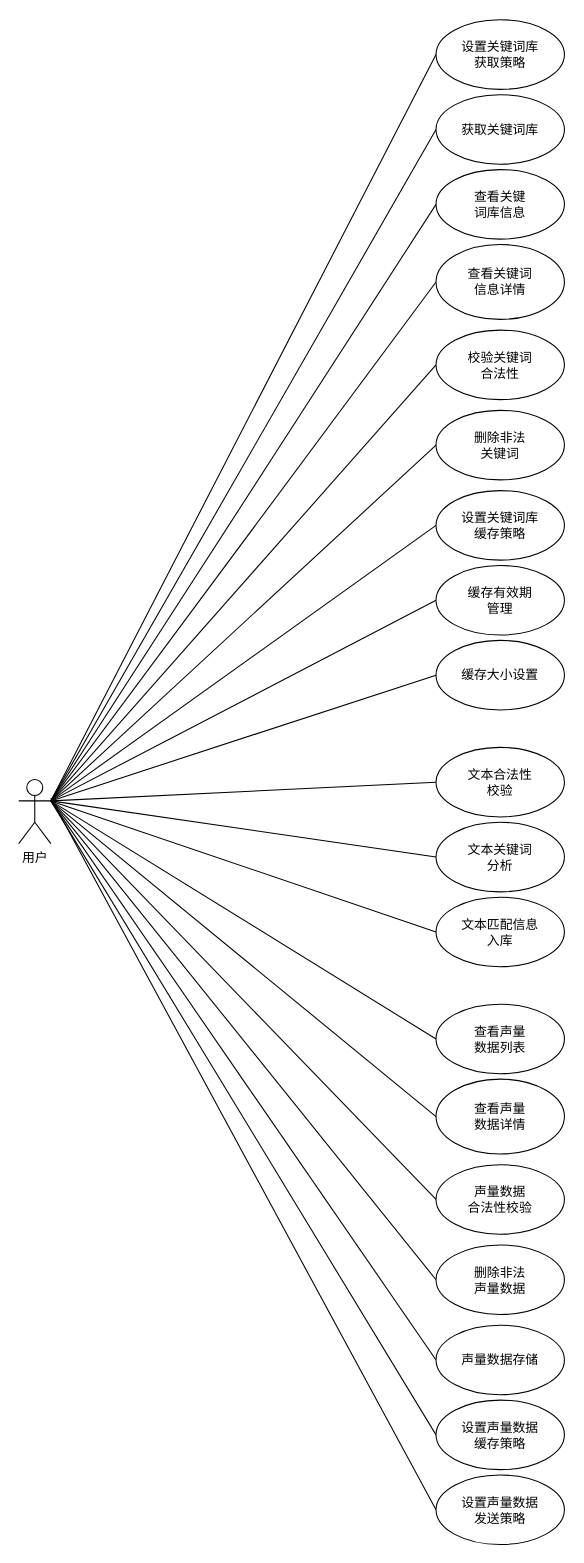
Above: page "Page-1" (1 of 2) of volume system.drawio in ikeyyang/uml (draw.io), before the change. Source tidied: cells renumbered, new cells numbered last; positions are measured from the earlier drawing's top-left corner, leaving out a move shared by most shapes. Both pictures are drawn from the tidied source at 107%, with x=0, y=0 at pixel (18, 19).
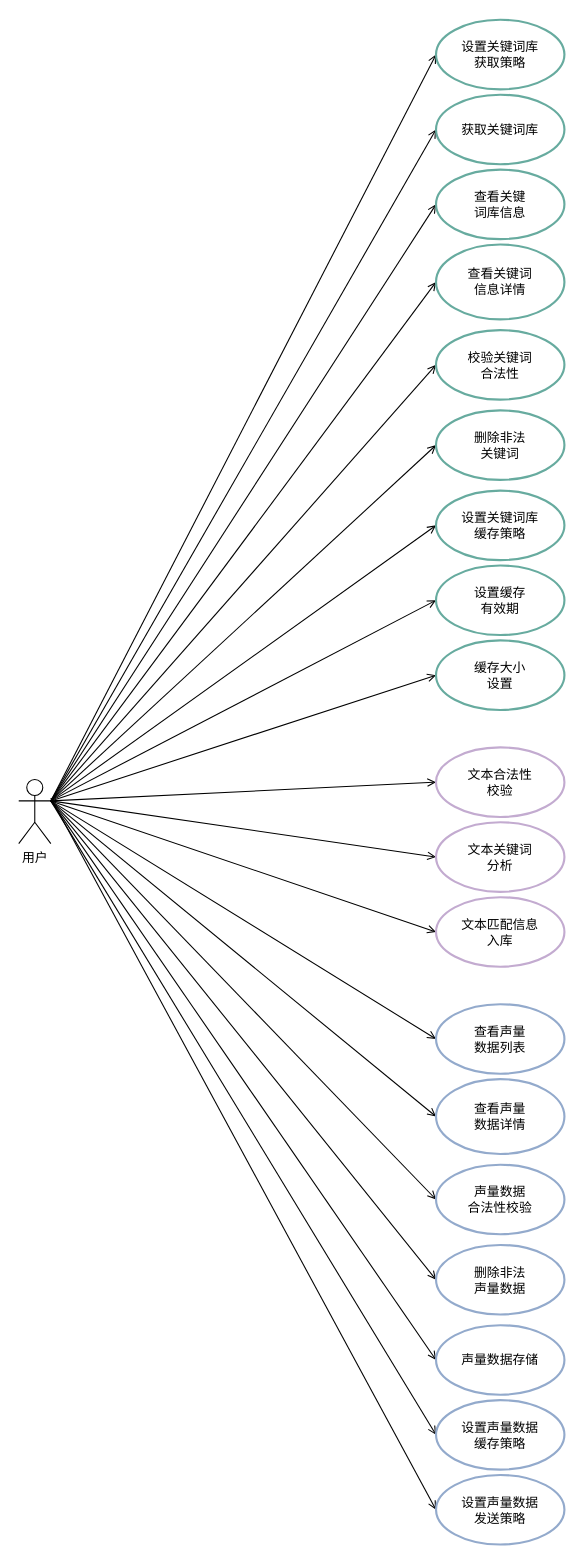
Above is the later version.

Unchanged cells that the change refers to:
```xml
<mxCell id="2" value="用户" style="shape=umlActor;verticalLabelPosition=bottom;labelBackgroundColor=#ffffff;verticalAlign=top;html=1;align=center;" parent="1" vertex="1">
  <mxGeometry y="710" width="30" height="60" as="geometry" />
</mxCell>
```

Diff of the diagram source:
```diff
@@
-    <mxCell id="3" style="edgeStyle=none;rounded=0;jettySize=auto;html=1;exitX=0;exitY=0.5;exitDx=0;exitDy=0;endArrow=none;endFill=0;" parent="1" edge="1" source="4">
+    <mxCell id="3" style="edgeStyle=none;rounded=0;jettySize=auto;html=1;exitX=0;exitY=0.5;exitDx=0;exitDy=0;endArrow=none;endFill=0;startArrow=open;startFill=0;strokeWidth=1;jumpStyle=none;" parent="1" edge="1" source="4">
       <mxGeometry relative="1" as="geometry">
         <mxPoint x="30" y="730" as="targetPoint" />
       </mxGeometry>
     </mxCell>
-    <mxCell id="4" value="校验关键词&lt;br&gt;合法性" style="ellipse;whiteSpace=wrap;html=1;align=center;" parent="1" vertex="1">
+    <mxCell id="4" value="校验关键词&lt;br&gt;合法性" style="ellipse;whiteSpace=wrap;html=1;align=center;strokeColor=#67AB9F;strokeWidth=2;" parent="1" vertex="1">
       <mxGeometry x="390" y="290" width="120" height="65" as="geometry" />
     </mxCell>
-    <mxCell id="5" style="edgeStyle=none;rounded=0;jettySize=auto;html=1;exitX=0;exitY=0.5;exitDx=0;exitDy=0;endArrow=none;endFill=0;" parent="1" edge="1" source="6">
+    <mxCell id="5" style="edgeStyle=none;rounded=0;jettySize=auto;html=1;exitX=0;exitY=0.5;exitDx=0;exitDy=0;endArrow=none;endFill=0;startArrow=open;startFill=0;strokeWidth=1;jumpStyle=none;" parent="1" edge="1" source="6">
       <mxGeometry relative="1" as="geometry">
         <mxPoint x="30" y="730" as="targetPoint" />
       </mxGeometry>
     </mxCell>
-    <mxCell id="6" value="设置关键词库&lt;br&gt;缓存策略" style="ellipse;whiteSpace=wrap;html=1;align=center;" parent="1" vertex="1">
+    <mxCell id="6" value="设置关键词库&lt;br&gt;缓存策略" style="ellipse;whiteSpace=wrap;html=1;align=center;strokeColor=#67AB9F;strokeWidth=2;" parent="1" vertex="1">
       <mxGeometry x="390" y="440" width="120" height="65" as="geometry" />
     </mxCell>
-    <mxCell id="7" style="edgeStyle=none;rounded=0;jettySize=auto;html=1;exitX=0;exitY=0.5;exitDx=0;exitDy=0;endArrow=none;endFill=0;" parent="1" edge="1" source="8">
+    <mxCell id="7" style="edgeStyle=none;rounded=0;jettySize=auto;html=1;exitX=0;exitY=0.5;exitDx=0;exitDy=0;endArrow=none;endFill=0;startArrow=open;startFill=0;strokeWidth=1;jumpStyle=none;" parent="1" edge="1" source="8">
       <mxGeometry relative="1" as="geometry">
         <mxPoint x="30" y="730" as="targetPoint" />
       </mxGeometry>
     </mxCell>
-    <mxCell id="8" value="缓存有效期&lt;br&gt;管理" style="ellipse;whiteSpace=wrap;html=1;align=center;" parent="1" vertex="1">
+    <mxCell id="8" value="设置缓存&lt;br&gt;有效期&lt;br&gt;" style="ellipse;whiteSpace=wrap;html=1;align=center;strokeColor=#67AB9F;strokeWidth=2;" parent="1" vertex="1">
       <mxGeometry x="390" y="510" width="120" height="65" as="geometry" />
     </mxCell>
-    <mxCell id="9" style="edgeStyle=none;rounded=0;jettySize=auto;html=1;exitX=0;exitY=0.5;exitDx=0;exitDy=0;endArrow=none;endFill=0;" parent="1" edge="1" source="10">
+    <mxCell id="9" style="edgeStyle=none;rounded=0;jettySize=auto;html=1;exitX=0;exitY=0.5;exitDx=0;exitDy=0;endArrow=none;endFill=0;startArrow=open;startFill=0;strokeWidth=1;jumpStyle=none;" parent="1" edge="1" source="10">
       <mxGeometry relative="1" as="geometry">
         <mxPoint x="30" y="730" as="targetPoint" />
       </mxGeometry>
     </mxCell>
-    <mxCell id="10" value="删除非法&lt;br&gt;关键词" style="ellipse;whiteSpace=wrap;html=1;align=center;" parent="1" vertex="1">
+    <mxCell id="10" value="删除非法&lt;br&gt;关键词" style="ellipse;whiteSpace=wrap;html=1;align=center;strokeColor=#67AB9F;strokeWidth=2;" parent="1" vertex="1">
       <mxGeometry x="390" y="365" width="120" height="65" as="geometry" />
     </mxCell>
-    <mxCell id="11" style="edgeStyle=none;rounded=0;jettySize=auto;html=1;exitX=0;exitY=0.5;exitDx=0;exitDy=0;entryX=1;entryY=0.3333333333333333;entryDx=0;entryDy=0;entryPerimeter=0;endArrow=none;endFill=0;" parent="1" edge="1" source="12" target="2">
+    <mxCell id="11" style="edgeStyle=none;rounded=0;jettySize=auto;html=1;exitX=0;exitY=0.5;exitDx=0;exitDy=0;entryX=1;entryY=0.3333333333333333;entryDx=0;entryDy=0;entryPerimeter=0;endArrow=none;endFill=0;startArrow=open;startFill=0;strokeWidth=1;jumpStyle=none;" parent="1" edge="1" source="12" target="2">
       <mxGeometry relative="1" as="geometry" />
     </mxCell>
-    <mxCell id="12" value="设置关键词库&lt;br&gt;获取策略" style="ellipse;whiteSpace=wrap;html=1;align=center;" parent="1" vertex="1">
+    <mxCell id="12" value="设置关键词库&lt;br&gt;获取策略" style="ellipse;whiteSpace=wrap;html=1;align=center;strokeColor=#67AB9F;strokeWidth=2;" parent="1" vertex="1">
       <mxGeometry x="390" width="120" height="65" as="geometry" />
     </mxCell>
-    <mxCell id="13" style="edgeStyle=none;rounded=0;jettySize=auto;html=1;exitX=0;exitY=0.5;exitDx=0;exitDy=0;entryX=1;entryY=0.3333333333333333;entryDx=0;entryDy=0;entryPerimeter=0;endArrow=none;endFill=0;" parent="1" edge="1" source="14" target="2">
+    <mxCell id="13" style="edgeStyle=none;rounded=0;jettySize=auto;html=1;exitX=0;exitY=0.5;exitDx=0;exitDy=0;entryX=1;entryY=0.3333333333333333;entryDx=0;entryDy=0;entryPerimeter=0;endArrow=none;endFill=0;startArrow=open;startFill=0;strokeWidth=1;jumpStyle=none;" parent="1" edge="1" source="14" target="2">
       <mxGeometry relative="1" as="geometry" />
     </mxCell>
-    <mxCell id="14" value="查看关键&lt;br&gt;词库信息" style="ellipse;whiteSpace=wrap;html=1;align=center;" parent="1" vertex="1">
+    <mxCell id="14" value="查看关键&lt;br&gt;词库信息" style="ellipse;whiteSpace=wrap;html=1;align=center;strokeColor=#67AB9F;strokeWidth=2;" parent="1" vertex="1">
       <mxGeometry x="390" y="140" width="120" height="65" as="geometry" />
     </mxCell>
-    <mxCell id="15" style="edgeStyle=none;rounded=0;jettySize=auto;html=1;exitX=0;exitY=0.5;exitDx=0;exitDy=0;endArrow=none;endFill=0;" parent="1" edge="1" source="16">
+    <mxCell id="15" style="edgeStyle=none;rounded=0;jettySize=auto;html=1;exitX=0;exitY=0.5;exitDx=0;exitDy=0;endArrow=none;endFill=0;startArrow=open;startFill=0;strokeWidth=1;jumpStyle=none;" parent="1" edge="1" source="16">
       <mxGeometry relative="1" as="geometry">
         <mxPoint x="30" y="730" as="targetPoint" />
       </mxGeometry>
     </mxCell>
-    <mxCell id="16" value="获取关键词库" style="ellipse;whiteSpace=wrap;html=1;align=center;" parent="1" vertex="1">
+    <mxCell id="16" value="获取关键词库" style="ellipse;whiteSpace=wrap;html=1;align=center;strokeColor=#67AB9F;strokeWidth=2;" parent="1" vertex="1">
       <mxGeometry x="390" y="70" width="120" height="65" as="geometry" />
     </mxCell>
-    <mxCell id="17" style="edgeStyle=none;rounded=0;jettySize=auto;html=1;exitX=0;exitY=0.5;exitDx=0;exitDy=0;entryX=1;entryY=0.3333333333333333;entryDx=0;entryDy=0;entryPerimeter=0;endArrow=none;endFill=0;" parent="1" edge="1" source="18" target="2">
+    <mxCell id="17" style="edgeStyle=none;rounded=0;jettySize=auto;html=1;exitX=0;exitY=0.5;exitDx=0;exitDy=0;entryX=1;entryY=0.3333333333333333;entryDx=0;entryDy=0;entryPerimeter=0;endArrow=none;endFill=0;startArrow=open;startFill=0;strokeWidth=1;jumpStyle=none;" parent="1" edge="1" source="18" target="2">
       <mxGeometry relative="1" as="geometry" />
     </mxCell>
-    <mxCell id="18" value="查看关键词&lt;br&gt;信息详情" style="ellipse;whiteSpace=wrap;html=1;align=center;" parent="1" vertex="1">
+    <mxCell id="18" value="查看关键词&lt;br&gt;信息详情" style="ellipse;whiteSpace=wrap;html=1;align=center;strokeColor=#67AB9F;strokeWidth=2;" parent="1" vertex="1">
       <mxGeometry x="390" y="210" width="120" height="70" as="geometry" />
     </mxCell>
-    <mxCell id="19" style="edgeStyle=none;rounded=0;jettySize=auto;html=1;exitX=0;exitY=0.5;exitDx=0;exitDy=0;endArrow=none;endFill=0;" parent="1" edge="1" source="20">
+    <mxCell id="19" style="edgeStyle=none;rounded=0;jettySize=auto;html=1;exitX=0;exitY=0.5;exitDx=0;exitDy=0;endArrow=none;endFill=0;startArrow=open;startFill=0;strokeWidth=1;jumpStyle=none;" parent="1" edge="1" source="20">
       <mxGeometry relative="1" as="geometry">
         <mxPoint x="30" y="730" as="targetPoint" />
       </mxGeometry>
     </mxCell>
-    <mxCell id="20" value="缓存大小设置" style="ellipse;whiteSpace=wrap;html=1;align=center;" parent="1" vertex="1">
+    <mxCell id="20" value="缓存大小&lt;br&gt;设置" style="ellipse;whiteSpace=wrap;html=1;align=center;labelBorderColor=none;strokeColor=#67AB9F;strokeWidth=2;" parent="1" vertex="1">
       <mxGeometry x="390" y="580" width="120" height="65" as="geometry" />
     </mxCell>
-    <mxCell id="21" style="edgeStyle=none;rounded=0;jettySize=auto;html=1;exitX=0;exitY=0.5;exitDx=0;exitDy=0;endArrow=none;endFill=0;" parent="1" edge="1" source="22">
+    <mxCell id="21" style="edgeStyle=none;rounded=0;jettySize=auto;html=1;exitX=0;exitY=0.5;exitDx=0;exitDy=0;endArrow=none;endFill=0;startArrow=open;startFill=0;strokeWidth=1;jumpStyle=none;" parent="1" edge="1" source="22">
       <mxGeometry relative="1" as="geometry">
         <mxPoint x="30" y="730" as="targetPoint" />
       </mxGeometry>
     </mxCell>
-    <mxCell id="22" value="文本合法性&lt;br&gt;校验" style="ellipse;whiteSpace=wrap;html=1;align=center;" parent="1" vertex="1">
+    <mxCell id="22" value="文本合法性&lt;br&gt;校验" style="ellipse;whiteSpace=wrap;html=1;align=center;strokeColor=#C3ABD0;strokeWidth=2;" parent="1" vertex="1">
       <mxGeometry x="390" y="680" width="120" height="65" as="geometry" />
     </mxCell>
-    <mxCell id="23" style="edgeStyle=none;rounded=0;jettySize=auto;html=1;exitX=0;exitY=0.5;exitDx=0;exitDy=0;endArrow=none;endFill=0;" parent="1" edge="1" source="24">
+    <mxCell id="23" style="edgeStyle=none;rounded=0;jettySize=auto;html=1;exitX=0;exitY=0.5;exitDx=0;exitDy=0;endArrow=none;endFill=0;startArrow=open;startFill=0;strokeWidth=1;jumpStyle=none;" parent="1" edge="1" source="24">
       <mxGeometry relative="1" as="geometry">
         <mxPoint x="30" y="730" as="targetPoint" />
       </mxGeometry>
     </mxCell>
-    <mxCell id="24" value="文本关键词&lt;br&gt;分析" style="ellipse;whiteSpace=wrap;html=1;align=center;" parent="1" vertex="1">
+    <mxCell id="24" value="文本关键词&lt;br&gt;分析" style="ellipse;whiteSpace=wrap;html=1;align=center;strokeColor=#C3ABD0;strokeWidth=2;" parent="1" vertex="1">
       <mxGeometry x="390" y="750" width="120" height="65" as="geometry" />
     </mxCell>
-    <mxCell id="25" style="edgeStyle=none;rounded=0;jettySize=auto;html=1;exitX=0;exitY=0.5;exitDx=0;exitDy=0;endArrow=none;endFill=0;" parent="1" edge="1" source="26">
+    <mxCell id="25" style="edgeStyle=none;rounded=0;jettySize=auto;html=1;exitX=0;exitY=0.5;exitDx=0;exitDy=0;endArrow=none;endFill=0;startArrow=open;startFill=0;strokeWidth=1;jumpStyle=none;" parent="1" edge="1" source="26">
       <mxGeometry relative="1" as="geometry">
         <mxPoint x="30" y="730" as="targetPoint" />
       </mxGeometry>
     </mxCell>
-    <mxCell id="26" value="文本匹配信息&lt;br&gt;入库" style="ellipse;whiteSpace=wrap;html=1;align=center;" parent="1" vertex="1">
+    <mxCell id="26" value="文本匹配信息&lt;br&gt;入库" style="ellipse;whiteSpace=wrap;html=1;align=center;strokeColor=#C3ABD0;strokeWidth=2;" parent="1" vertex="1">
       <mxGeometry x="390" y="820" width="120" height="65" as="geometry" />
     </mxCell>
-    <mxCell id="27" style="edgeStyle=none;rounded=0;jettySize=auto;html=1;exitX=0;exitY=0.5;exitDx=0;exitDy=0;endArrow=none;endFill=0;" parent="1" edge="1" source="28">
+    <mxCell id="27" style="edgeStyle=none;rounded=0;jettySize=auto;html=1;exitX=0;exitY=0.5;exitDx=0;exitDy=0;endArrow=none;endFill=0;startArrow=open;startFill=0;strokeWidth=1;jumpStyle=none;" parent="1" edge="1" source="28">
       <mxGeometry relative="1" as="geometry">
         <mxPoint x="30" y="730" as="targetPoint" />
       </mxGeometry>
     </mxCell>
-    <mxCell id="28" value="声量数据&lt;br&gt;合法性校验" style="ellipse;whiteSpace=wrap;html=1;align=center;" parent="1" vertex="1">
+    <mxCell id="28" value="声量数据&lt;br&gt;合法性校验" style="ellipse;whiteSpace=wrap;html=1;align=center;strokeColor=#93AACC;strokeWidth=2;" parent="1" vertex="1">
       <mxGeometry x="390" y="1070" width="120" height="65" as="geometry" />
     </mxCell>
-    <mxCell id="29" style="edgeStyle=none;rounded=0;jettySize=auto;html=1;exitX=0;exitY=0.5;exitDx=0;exitDy=0;endArrow=none;endFill=0;" parent="1" edge="1" source="30">
+    <mxCell id="29" style="edgeStyle=none;rounded=0;jettySize=auto;html=1;exitX=0;exitY=0.5;exitDx=0;exitDy=0;endArrow=none;endFill=0;startArrow=open;startFill=0;strokeWidth=1;jumpStyle=none;" parent="1" edge="1" source="30">
       <mxGeometry relative="1" as="geometry">
         <mxPoint x="30" y="730" as="targetPoint" />
       </mxGeometry>
     </mxCell>
-    <mxCell id="30" value="声量数据存储" style="ellipse;whiteSpace=wrap;html=1;align=center;" parent="1" vertex="1">
+    <mxCell id="30" value="声量数据存储" style="ellipse;whiteSpace=wrap;html=1;align=center;strokeColor=#93AACC;strokeWidth=2;" parent="1" vertex="1">
       <mxGeometry x="390" y="1220" width="120" height="65" as="geometry" />
     </mxCell>
-    <mxCell id="31" style="edgeStyle=none;rounded=0;jettySize=auto;html=1;exitX=0;exitY=0.5;exitDx=0;exitDy=0;endArrow=none;endFill=0;" parent="1" edge="1" source="32">
+    <mxCell id="31" style="edgeStyle=none;rounded=0;jettySize=auto;html=1;exitX=0;exitY=0.5;exitDx=0;exitDy=0;endArrow=none;endFill=0;startArrow=open;startFill=0;strokeWidth=1;jumpStyle=none;" parent="1" edge="1" source="32">
       <mxGeometry relative="1" as="geometry">
         <mxPoint x="30" y="730" as="targetPoint" />
       </mxGeometry>
     </mxCell>
-    <mxCell id="32" value="设置声量数据&lt;br&gt;缓存策略" style="ellipse;whiteSpace=wrap;html=1;align=center;" parent="1" vertex="1">
+    <mxCell id="32" value="设置声量数据&lt;br&gt;缓存策略" style="ellipse;whiteSpace=wrap;html=1;align=center;strokeColor=#93AACC;strokeWidth=2;" parent="1" vertex="1">
       <mxGeometry x="390" y="1290" width="120" height="65" as="geometry" />
     </mxCell>
-    <mxCell id="33" style="edgeStyle=none;rounded=0;jettySize=auto;html=1;exitX=0;exitY=0.5;exitDx=0;exitDy=0;endArrow=none;endFill=0;" parent="1" edge="1" source="34">
+    <mxCell id="33" style="edgeStyle=none;rounded=0;jettySize=auto;html=1;exitX=0;exitY=0.5;exitDx=0;exitDy=0;endArrow=none;endFill=0;startArrow=open;startFill=0;strokeWidth=1;jumpStyle=none;" parent="1" edge="1" source="34">
       <mxGeometry relative="1" as="geometry">
         <mxPoint x="30" y="730" as="targetPoint" />
       </mxGeometry>
     </mxCell>
-    <mxCell id="34" value="删除非法&lt;br&gt;声量数据" style="ellipse;whiteSpace=wrap;html=1;align=center;" parent="1" vertex="1">
+    <mxCell id="34" value="删除非法&lt;br&gt;声量数据" style="ellipse;whiteSpace=wrap;html=1;align=center;strokeColor=#93AACC;strokeWidth=2;" parent="1" vertex="1">
       <mxGeometry x="390" y="1145" width="120" height="65" as="geometry" />
     </mxCell>
-    <mxCell id="35" style="edgeStyle=none;rounded=0;jettySize=auto;html=1;exitX=0;exitY=0.5;exitDx=0;exitDy=0;endArrow=none;endFill=0;" parent="1" edge="1" source="36">
+    <mxCell id="35" style="edgeStyle=none;rounded=0;jettySize=auto;html=1;exitX=0;exitY=0.5;exitDx=0;exitDy=0;endArrow=none;endFill=0;startArrow=open;startFill=0;strokeWidth=1;jumpStyle=none;" parent="1" edge="1" source="36">
       <mxGeometry relative="1" as="geometry">
         <mxPoint x="30" y="730" as="targetPoint" />
       </mxGeometry>
     </mxCell>
-    <mxCell id="36" value="查看声量&lt;br&gt;数据列表" style="ellipse;whiteSpace=wrap;html=1;align=center;" parent="1" vertex="1">
+    <mxCell id="36" value="查看声量&lt;br&gt;数据列表" style="ellipse;whiteSpace=wrap;html=1;align=center;strokeColor=#93AACC;strokeWidth=2;" parent="1" vertex="1">
       <mxGeometry x="390" y="920" width="120" height="65" as="geometry" />
     </mxCell>
-    <mxCell id="37" style="edgeStyle=none;rounded=0;jettySize=auto;html=1;exitX=0;exitY=0.5;exitDx=0;exitDy=0;endArrow=none;endFill=0;" parent="1" edge="1" source="38">
+    <mxCell id="37" style="edgeStyle=none;rounded=0;jettySize=auto;html=1;exitX=0;exitY=0.5;exitDx=0;exitDy=0;endArrow=none;endFill=0;startArrow=open;startFill=0;strokeWidth=1;jumpStyle=none;" parent="1" edge="1" source="38">
       <mxGeometry relative="1" as="geometry">
         <mxPoint x="30" y="730" as="targetPoint" />
       </mxGeometry>
     </mxCell>
-    <mxCell id="38" value="查看声量&lt;br&gt;数据详情" style="ellipse;whiteSpace=wrap;html=1;align=center;" parent="1" vertex="1">
+    <mxCell id="38" value="查看声量&lt;br&gt;数据详情" style="ellipse;whiteSpace=wrap;html=1;align=center;strokeColor=#93AACC;strokeWidth=2;" parent="1" vertex="1">
       <mxGeometry x="390" y="990" width="120" height="70" as="geometry" />
     </mxCell>
-    <mxCell id="39" style="edgeStyle=none;rounded=0;jettySize=auto;html=1;exitX=0;exitY=0.5;exitDx=0;exitDy=0;endArrow=none;endFill=0;" parent="1" edge="1" source="40">
+    <mxCell id="39" style="edgeStyle=none;rounded=0;jettySize=auto;html=1;exitX=0;exitY=0.5;exitDx=0;exitDy=0;endArrow=none;endFill=0;startArrow=open;startFill=0;strokeWidth=1;jumpStyle=none;" parent="1" edge="1" source="40">
       <mxGeometry relative="1" as="geometry">
         <mxPoint x="30" y="727.3" as="targetPoint" />
       </mxGeometry>
     </mxCell>
-    <mxCell id="40" value="设置声量数据&lt;br&gt;发送策略" style="ellipse;whiteSpace=wrap;html=1;align=center;" parent="1" vertex="1">
+    <mxCell id="40" value="设置声量数据&lt;br&gt;发送策略" style="ellipse;whiteSpace=wrap;html=1;align=center;strokeColor=#93AACC;strokeWidth=2;" parent="1" vertex="1">
       <mxGeometry x="390" y="1360" width="120" height="65" as="geometry" />
     </mxCell>
```
